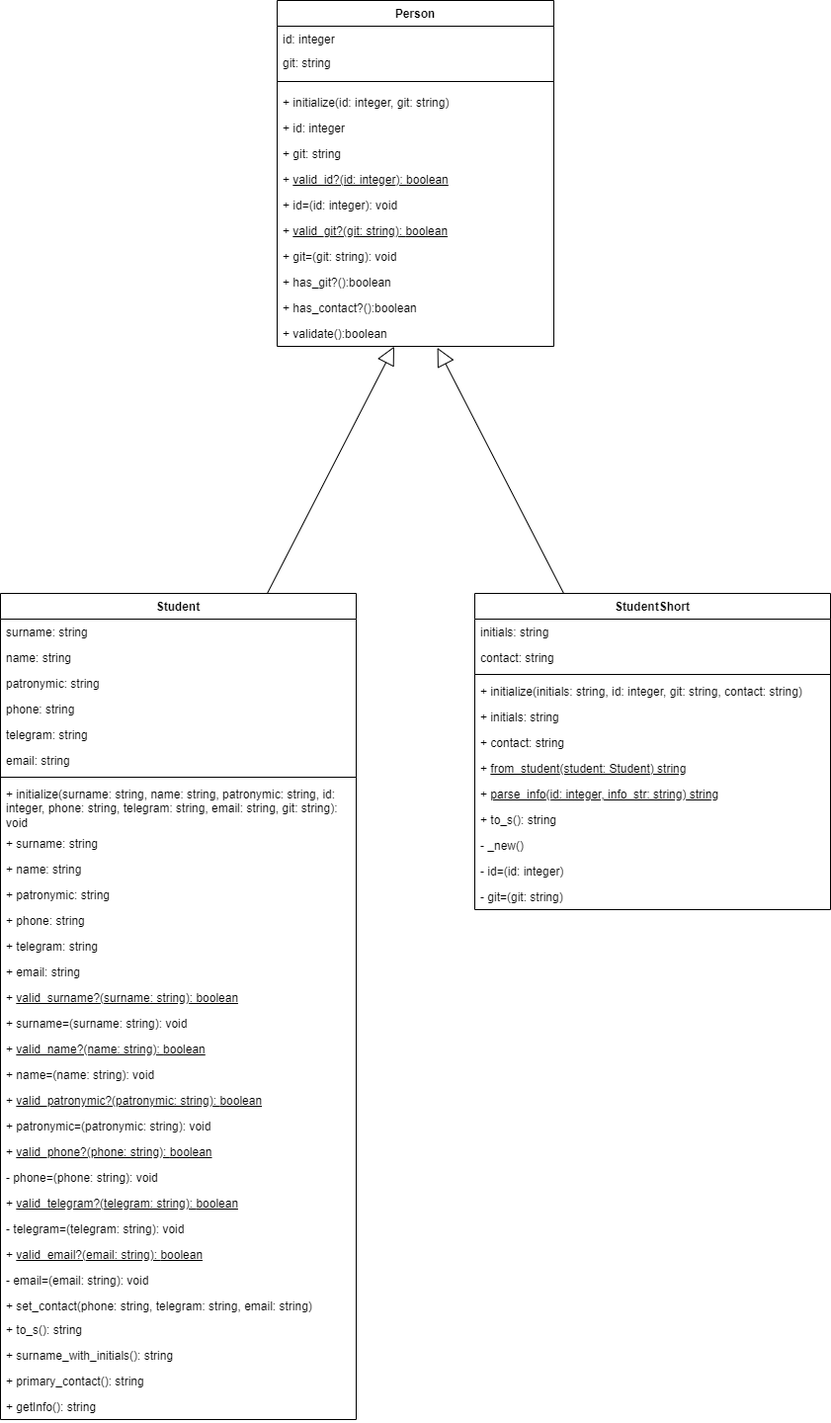
The draw.io diagram Student/class_diagram.png in thesmalllest/ruby_labs, before a commit. Source tidied: cells renumbered, new cells last; positions are measured from the earlier drawing's top-left corner, leaving out a move shared by most shapes.
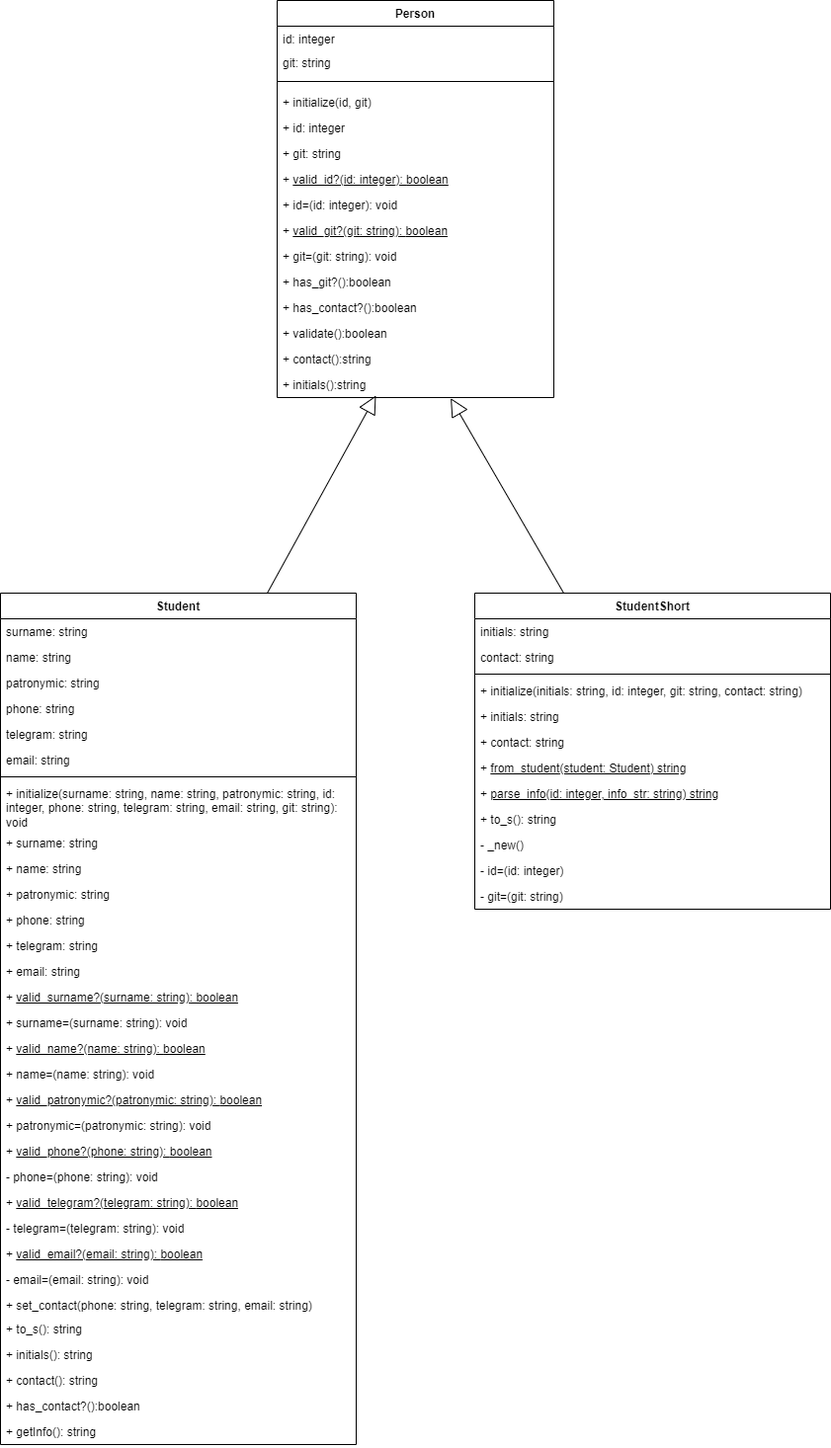
Later version of the same file.

What changed in the source:
```diff
@@ -3,7 +3,7 @@
     <mxCell id="0" />
     <mxCell id="1" parent="0" />
     <mxCell id="2" value="Person" style="swimlane;fontStyle=1;align=center;verticalAlign=top;horizontal=1;startSize=26;whiteSpace=wrap;html=1;" parent="1" vertex="1">
-      <mxGeometry x="280" width="280" height="350" as="geometry" />
+      <mxGeometry x="280" width="280" height="402" as="geometry" />
     </mxCell>
     <mxCell id="3" value="id: integer&lt;div&gt;&lt;br&gt;&lt;/div&gt;" style="text;strokeColor=none;fillColor=none;align=left;verticalAlign=top;spacingLeft=4;spacingRight=4;overflow=hidden;whiteSpace=wrap;html=1;" parent="2" vertex="1">
       <mxGeometry y="26" width="280" height="24" as="geometry" />
@@ -14,7 +14,7 @@
     <mxCell id="5" style="line;strokeWidth=1;fillColor=none;align=left;verticalAlign=middle;spacingTop=-1;spacingLeft=3;spacingRight=3;labelPosition=right;strokeColor=inherit;" parent="2" vertex="1">
       <mxGeometry y="74" width="280" height="16" as="geometry" />
     </mxCell>
-    <mxCell id="6" value="+ initialize(id: integer, git: string)" style="text;strokeColor=none;fillColor=none;align=left;verticalAlign=top;spacingLeft=4;spacingRight=4;overflow=hidden;whiteSpace=wrap;html=1;" parent="2" vertex="1">
+    <mxCell id="6" value="+ initialize(id, git)" style="text;strokeColor=none;fillColor=none;align=left;verticalAlign=top;spacingLeft=4;spacingRight=4;overflow=hidden;whiteSpace=wrap;html=1;" parent="2" vertex="1">
       <mxGeometry y="90" width="280" height="26" as="geometry" />
     </mxCell>
     <mxCell id="7" value="+ id: integer&lt;div&gt;&lt;br&gt;&lt;/div&gt;" style="text;strokeColor=none;fillColor=none;align=left;verticalAlign=top;spacingLeft=4;spacingRight=4;overflow=hidden;whiteSpace=wrap;html=1;" parent="2" vertex="1">
@@ -44,8 +44,14 @@
     <mxCell id="15" value="+ validate():boolean" style="text;strokeColor=none;fillColor=none;align=left;verticalAlign=top;spacingLeft=4;spacingRight=4;overflow=hidden;points=[[0,0.5],[1,0.5]];portConstraint=eastwest;whiteSpace=wrap;html=1;" parent="2" vertex="1">
       <mxGeometry y="324" width="280" height="26" as="geometry" />
     </mxCell>
+    <mxCell id="63" value="+ contact():string" style="text;strokeColor=none;fillColor=none;align=left;verticalAlign=top;spacingLeft=4;spacingRight=4;overflow=hidden;whiteSpace=wrap;html=1;" parent="2" vertex="1">
+      <mxGeometry y="350" width="280" height="26" as="geometry" />
+    </mxCell>
+    <mxCell id="64" value="+ initials():string" style="text;strokeColor=none;fillColor=none;align=left;verticalAlign=top;spacingLeft=4;spacingRight=4;overflow=hidden;points=[[0,0.5],[1,0.5]];portConstraint=eastwest;whiteSpace=wrap;html=1;" parent="2" vertex="1">
+      <mxGeometry y="376" width="280" height="26" as="geometry" />
+    </mxCell>
     <mxCell id="16" value="Student" style="swimlane;fontStyle=1;align=center;verticalAlign=top;horizontal=1;startSize=26;whiteSpace=wrap;html=1;" parent="1" vertex="1">
-      <mxGeometry y="600" width="360" height="836" as="geometry" />
+      <mxGeometry y="600" width="360" height="862" as="geometry" />
     </mxCell>
     <mxCell id="17" value="surname: string" style="text;strokeColor=none;fillColor=none;align=left;verticalAlign=top;spacingLeft=4;spacingRight=4;overflow=hidden;whiteSpace=wrap;html=1;" parent="16" vertex="1">
       <mxGeometry y="26" width="360" height="26" as="geometry" />
@@ -131,14 +137,17 @@
     <mxCell id="44" value="+ to_s(&lt;span style=&quot;background-color: initial;&quot;&gt;): string&lt;/span&gt;" style="text;strokeColor=none;fillColor=none;align=left;verticalAlign=top;spacingLeft=4;spacingRight=4;overflow=hidden;whiteSpace=wrap;html=1;" parent="16" vertex="1">
       <mxGeometry y="732" width="360" height="26" as="geometry" />
     </mxCell>
-    <mxCell id="45" value="+ surname_with_initials(): string" style="text;strokeColor=none;fillColor=none;align=left;verticalAlign=top;spacingLeft=4;spacingRight=4;overflow=hidden;whiteSpace=wrap;html=1;" parent="16" vertex="1">
+    <mxCell id="45" value="+ initials(): string" style="text;strokeColor=none;fillColor=none;align=left;verticalAlign=top;spacingLeft=4;spacingRight=4;overflow=hidden;whiteSpace=wrap;html=1;" parent="16" vertex="1">
       <mxGeometry y="758" width="360" height="26" as="geometry" />
     </mxCell>
-    <mxCell id="46" value="+ primary_contact(&lt;span style=&quot;background-color: initial;&quot;&gt;): string&lt;/span&gt;" style="text;strokeColor=none;fillColor=none;align=left;verticalAlign=top;spacingLeft=4;spacingRight=4;overflow=hidden;whiteSpace=wrap;html=1;" parent="16" vertex="1">
+    <mxCell id="46" value="+ contact(&lt;span style=&quot;background-color: initial;&quot;&gt;): string&lt;/span&gt;" style="text;strokeColor=none;fillColor=none;align=left;verticalAlign=top;spacingLeft=4;spacingRight=4;overflow=hidden;whiteSpace=wrap;html=1;" parent="16" vertex="1">
       <mxGeometry y="784" width="360" height="26" as="geometry" />
     </mxCell>
+    <mxCell id="65" value="+ has_contact?():boolean" style="text;strokeColor=none;fillColor=none;align=left;verticalAlign=top;spacingLeft=4;spacingRight=4;overflow=hidden;whiteSpace=wrap;html=1;" parent="16" vertex="1">
+      <mxGeometry y="810" width="360" height="26" as="geometry" />
+    </mxCell>
     <mxCell id="47" value="+ getInfo(&lt;span style=&quot;background-color: initial;&quot;&gt;): string&lt;/span&gt;" style="text;strokeColor=none;fillColor=none;align=left;verticalAlign=top;spacingLeft=4;spacingRight=4;overflow=hidden;whiteSpace=wrap;html=1;" parent="16" vertex="1">
-      <mxGeometry y="810" width="360" height="26" as="geometry" />
+      <mxGeometry y="836" width="360" height="26" as="geometry" />
     </mxCell>
     <mxCell id="48" value="StudentShort" style="swimlane;fontStyle=1;align=center;verticalAlign=top;horizontal=1;startSize=26;whiteSpace=wrap;html=1;" parent="1" vertex="1">
       <mxGeometry x="480" y="600" width="360" height="320" as="geometry" />
@@ -179,12 +188,12 @@
     <mxCell id="60" value="- git=(git: string)" style="text;strokeColor=none;fillColor=none;align=left;verticalAlign=top;spacingLeft=4;spacingRight=4;overflow=hidden;whiteSpace=wrap;html=1;" parent="48" vertex="1">
       <mxGeometry y="294" width="360" height="26" as="geometry" />
     </mxCell>
-    <mxCell id="61" style="endArrow=block;endSize=16;endFill=0;html=1;rounded=0;fontSize=12;curved=1;exitX=0.75;exitY=0;exitDx=0;exitDy=0;entryX=0.423;entryY=1.006;entryDx=0;entryDy=0;entryPerimeter=0;" parent="1" edge="1" source="16" target="15">
+    <mxCell id="61" style="endArrow=block;endSize=16;endFill=0;html=1;rounded=0;fontSize=12;curved=1;exitX=0.75;exitY=0;exitDx=0;exitDy=0;entryX=0.357;entryY=0.923;entryDx=0;entryDy=0;entryPerimeter=0;" parent="1" edge="1" source="16" target="64">
       <mxGeometry x="-1" y="80" relative="1" as="geometry">
         <mxPoint x="-4" y="2" as="offset" />
       </mxGeometry>
     </mxCell>
-    <mxCell id="62" style="endArrow=block;endSize=16;endFill=0;html=1;rounded=0;fontSize=12;curved=1;exitX=0.25;exitY=0;exitDx=0;exitDy=0;entryX=0.579;entryY=1.054;entryDx=0;entryDy=0;entryPerimeter=0;" parent="1" edge="1" source="48" target="15">
+    <mxCell id="62" style="endArrow=block;endSize=16;endFill=0;html=1;rounded=0;fontSize=12;curved=1;exitX=0.25;exitY=0;exitDx=0;exitDy=0;entryX=0.627;entryY=1.023;entryDx=0;entryDy=0;entryPerimeter=0;" parent="1" edge="1" source="48" target="64">
       <mxGeometry x="-1" y="80" relative="1" as="geometry">
         <mxPoint x="-4" y="2" as="offset" />
       </mxGeometry>
```
